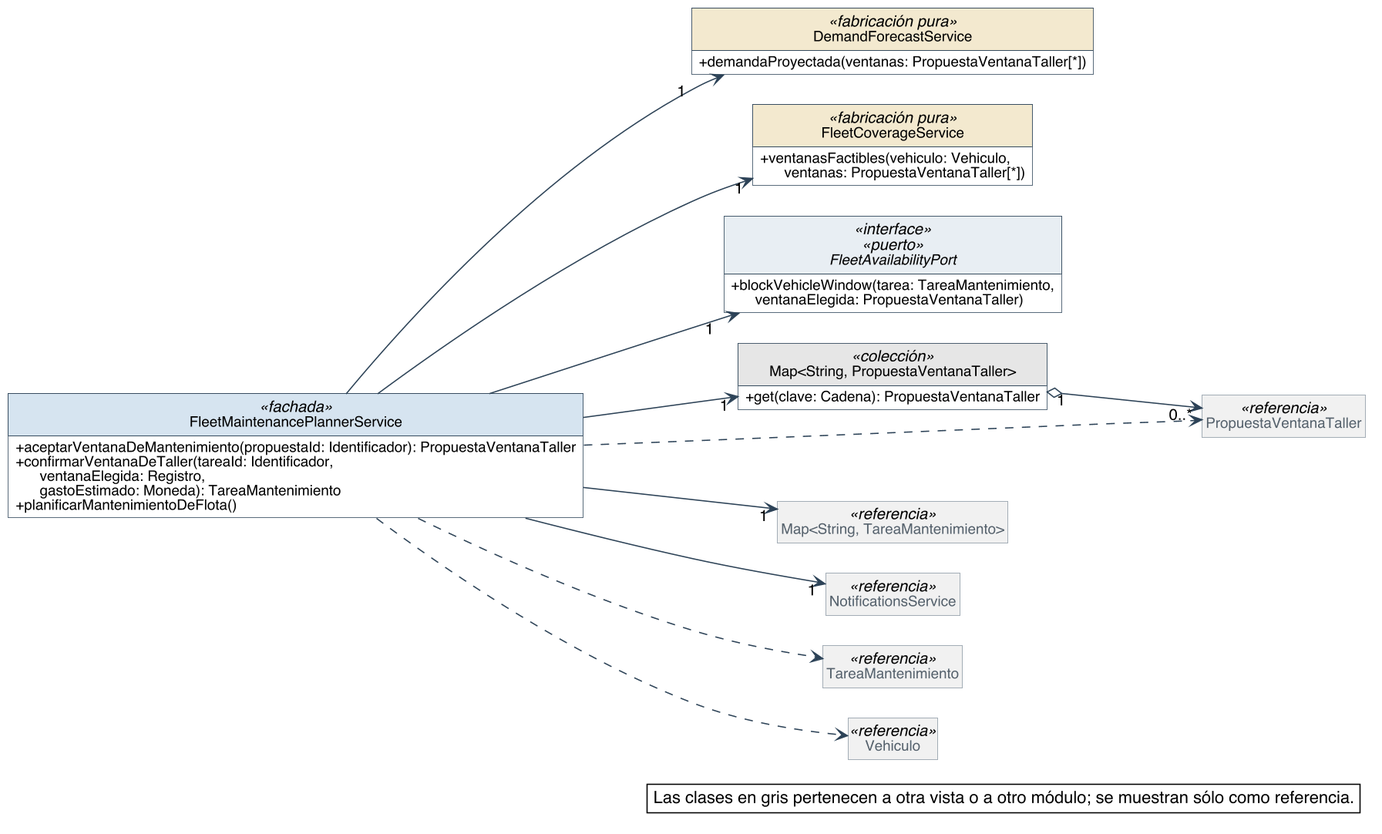
The PlantUML diagram diagramas/clases-diseno/DC_Mod_Flota-planificador.png in Nahuelito-Dev/splg-docs, before a commit. The source it was exported from:
```plantuml
@startuml
skinparam backgroundColor #FFFFFF
skinparam shadowing false
skinparam defaultFontName Helvetica
skinparam defaultFontSize 13
skinparam dpi 150
skinparam nodesep 40
skinparam ranksep 55
skinparam classAttributeIconSize 0
skinparam roundCorner 0
skinparam genericDisplay old
skinparam class {
  BorderColor #2C4257
  BackgroundColor #FFFFFF
  ArrowColor #2C4257
  FontSize 14
  AttributeFontSize 12
  HeaderBackgroundColor #E8EEF3
}
skinparam class<<referencia>> {
  BackgroundColor #F1F1F1
  BorderColor #8A97A3
  FontColor #55616C
}
skinparam class<<fachada>> {
  HeaderBackgroundColor #D6E4F0
}
skinparam class<<controlador>> {
  HeaderBackgroundColor #D6E4F0
}
skinparam class<<fabricación pura>> {
  HeaderBackgroundColor #F3E9CF
}
skinparam class<<colección>> {
  HeaderBackgroundColor #E6E6E6
}
skinparam class<<adaptador>> {
  HeaderBackgroundColor #DCEBDD
}
skinparam interface {
  BorderColor #2C4257
  BackgroundColor #FFFFFF
  HeaderBackgroundColor #DCEBDD
  FontSize 14
  AttributeFontSize 12
}
skinparam note {
  BackgroundColor #FFFFFF
  BorderColor #2C4257
}
skinparam packageStyle rectangle
skinparam package {
  BorderColor #8A97A3
  FontSize 13
  FontColor #55616C
}
hide circle
hide empty members

left to right direction
skinparam nodesep 25
skinparam ranksep 90
class FleetMaintenancePlannerService <<fachada>> {
  + aceptarVentanaDeMantenimiento(propuestaId: Identificador): PropuestaVentanaTaller
  + confirmarVentanaDeTaller(tareaId: Identificador,\n      ventanaElegida: Registro,\n      gastoEstimado: Moneda): TareaMantenimiento
  + planificarMantenimientoDeFlota()
}
class DemandForecastService <<fabricación pura>> {
  + demandaProyectada(ventanas: PropuestaVentanaTaller[*])
}
class FleetCoverageService <<fabricación pura>> {
  + ventanasFactibles(vehiculo: Vehiculo,\n      ventanas: PropuestaVentanaTaller[*])
}
interface FleetAvailabilityPort <<interface>> <<puerto>> {
  + blockVehicleWindow(tarea: TareaMantenimiento,\n      ventanaElegida: PropuestaVentanaTaller)
}
class "Map<String, PropuestaVentanaTaller>" as Map_String_PropuestaVentanaTaller <<colección>> {
  + get(clave: Cadena): PropuestaVentanaTaller
}
class PropuestaVentanaTaller <<referencia>>
class "Map<String, TareaMantenimiento>" as Map_String_TareaMantenimiento <<referencia>>
class NotificationsService <<referencia>>
class TareaMantenimiento <<referencia>>
class Vehiculo <<referencia>>

Map_String_PropuestaVentanaTaller "1" o--> "0..*" PropuestaVentanaTaller
FleetMaintenancePlannerService --> "1" DemandForecastService
FleetMaintenancePlannerService --> "1" FleetAvailabilityPort
FleetMaintenancePlannerService --> "1" FleetCoverageService
FleetMaintenancePlannerService --> "1" Map_String_PropuestaVentanaTaller
FleetMaintenancePlannerService --> "1" Map_String_TareaMantenimiento
FleetMaintenancePlannerService --> "1" NotificationsService
FleetMaintenancePlannerService ..> PropuestaVentanaTaller
FleetMaintenancePlannerService ..> TareaMantenimiento
FleetMaintenancePlannerService ..> Vehiculo

legend bottom right
  Las clases en gris pertenecen a otra vista o a otro módulo; se muestran sólo como referencia.
endlegend
@enduml
```
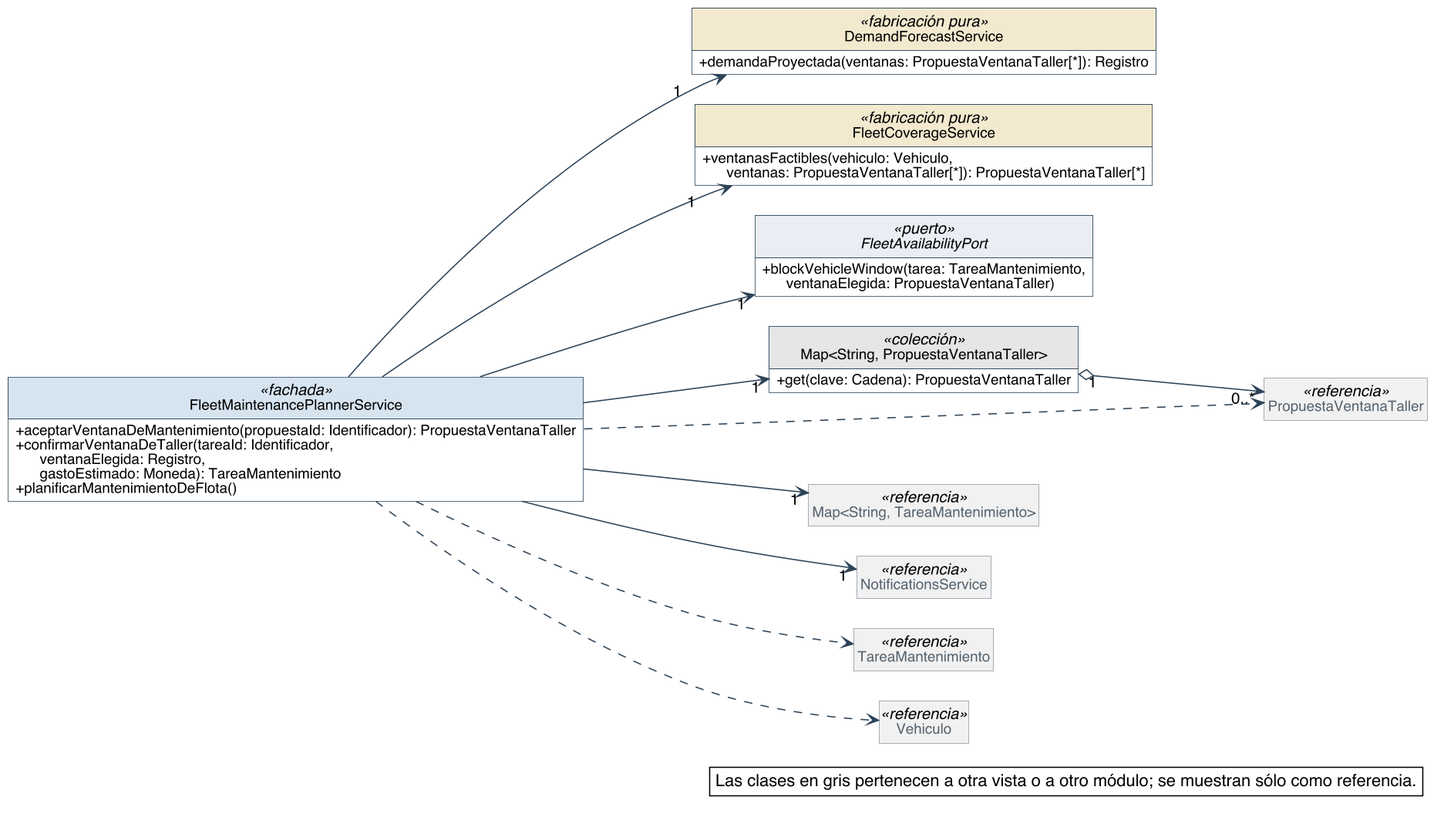
The same diagram one commit later.

The edit, as a diff of the source:
```diff
@@ -66,12 +66,12 @@
   + planificarMantenimientoDeFlota()
 }
 class DemandForecastService <<fabricación pura>> {
-  + demandaProyectada(ventanas: PropuestaVentanaTaller[*])
+  + demandaProyectada(ventanas: PropuestaVentanaTaller[*]): Registro
 }
 class FleetCoverageService <<fabricación pura>> {
-  + ventanasFactibles(vehiculo: Vehiculo,\n      ventanas: PropuestaVentanaTaller[*])
+  + ventanasFactibles(vehiculo: Vehiculo,\n      ventanas: PropuestaVentanaTaller[*]): PropuestaVentanaTaller[*]
 }
-interface FleetAvailabilityPort <<interface>> <<puerto>> {
+interface FleetAvailabilityPort <<puerto>> {
   + blockVehicleWindow(tarea: TareaMantenimiento,\n      ventanaElegida: PropuestaVentanaTaller)
 }
 class "Map<String, PropuestaVentanaTaller>" as Map_String_PropuestaVentanaTaller <<colección>> {
```
